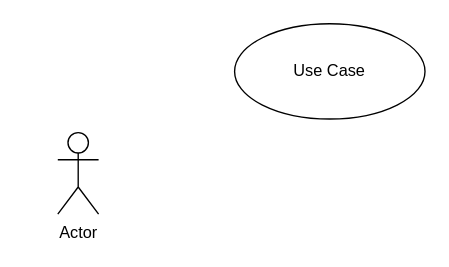
mrogur/inz_opr keeps this draw.io diagram as Untitled Diagram.drawio. Above is the earlier version. Source tidied: cells renumbered, new cells numbered last; positions are measured from the earlier drawing's top-left corner, leaving out a move shared by most shapes. Both pictures are drawn from the tidied source at 136%, with x=0, y=0 at pixel (57, 23).
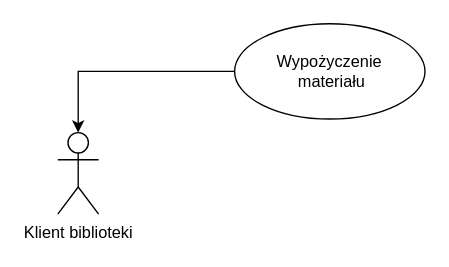
Above is the later version.

The edit, as a diff of the source:
```diff
@@
 <mxGraphModel>
   <root>
     <mxCell id="0" />
     <mxCell id="1" parent="0" />
-    <mxCell id="2" value="Actor" style="shape=umlActor;verticalLabelPosition=bottom;verticalAlign=top;html=1;" parent="1" vertex="1">
+    <mxCell id="2" value="Klient biblioteki&lt;br&gt;" style="shape=umlActor;verticalLabelPosition=bottom;verticalAlign=top;html=1;" parent="1" vertex="1">
       <mxGeometry y="80" width="30" height="60" as="geometry" />
     </mxCell>
+    <mxCell id="4" style="edgeStyle=orthogonalEdgeStyle;rounded=0;jettySize=auto;html=1;" parent="1" edge="1" source="3" target="2">
+      <mxGeometry relative="1" as="geometry" />
+    </mxCell>
-    <mxCell id="3" value="Use Case" style="ellipse;whiteSpace=wrap;html=1;" parent="1" vertex="1">
+    <mxCell id="3" value="Wypożyczenie&lt;br&gt;&amp;nbsp;materiału" style="ellipse;whiteSpace=wrap;html=1;" parent="1" vertex="1">
       <mxGeometry x="130" width="140" height="70" as="geometry" />
     </mxCell>
   </root>
 </mxGraphModel>
```
